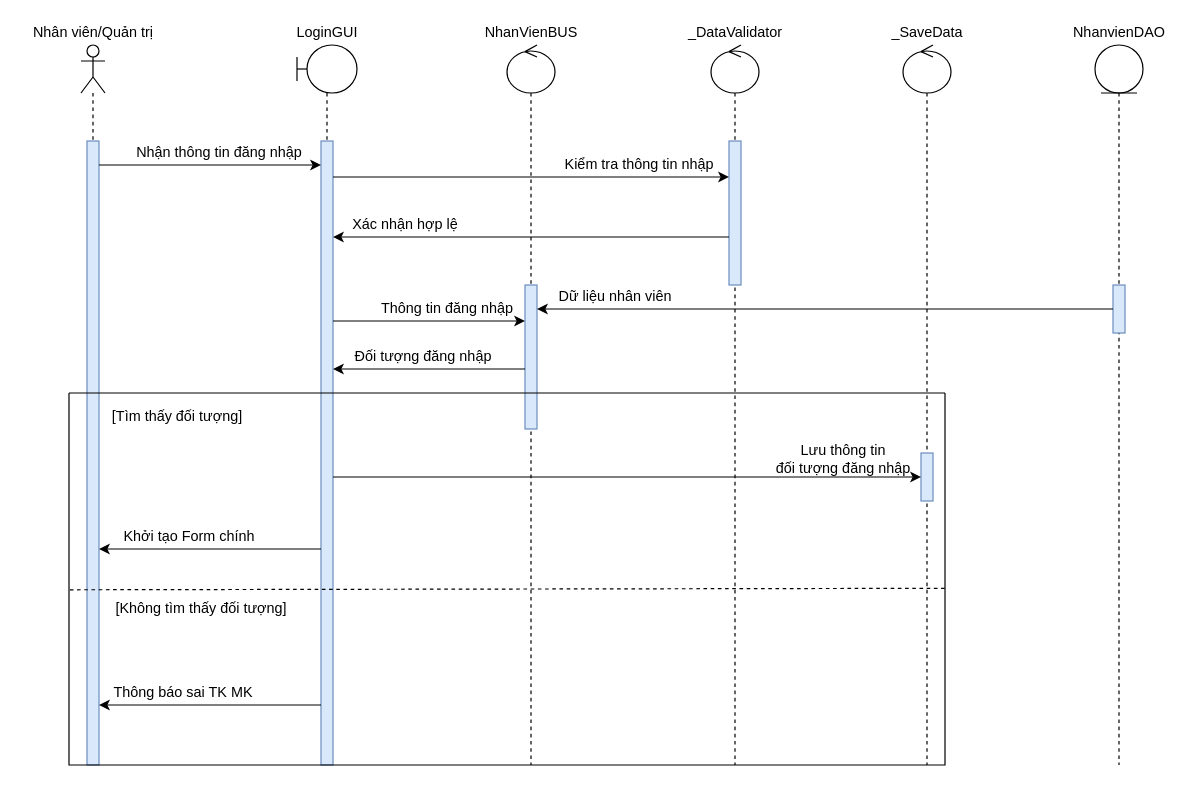
This is Sequence Diagrams/Nguyên Lộc/SD_ĐăngNhập.drawio from EdgarIgnite16/OOAD-Project, a draw.io file, before an edit. Source tidied: cells renumbered, new cells numbered last; positions are measured from the earlier drawing's top-left corner, leaving out a move shared by most shapes. Both pictures are drawn from the tidied source at 120%, with x=0, y=0 at pixel (20, 20).
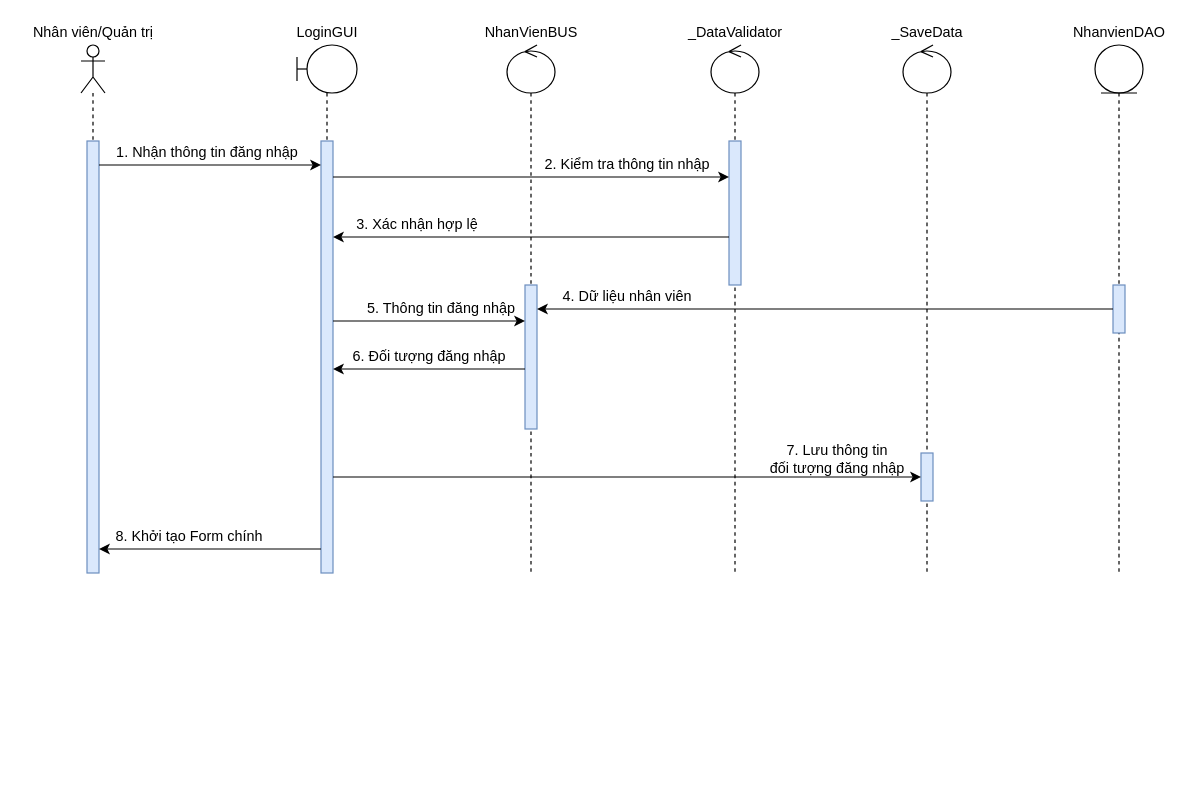
After the change.

Commit message:
update SD đăng nhập

The edit, as a diff of the source:
```diff
@@
     <mxCell id="2" style="shape=umlLifeline;participant=umlActor;perimeter=lifelinePerimeter;whiteSpace=wrap;html=1;verticalAlign=top;spacingTop=36;" parent="1" vertex="1">
-      <mxGeometry x="50" y="20" width="20" height="600" as="geometry" />
+      <mxGeometry x="50" y="20" width="20" height="440" as="geometry" />
     </mxCell>
     <mxCell id="3" style="html=1;points=[];perimeter=orthogonalPerimeter;fillColor=#dae8fc;strokeColor=#6c8ebf;" parent="2" vertex="1">
-      <mxGeometry x="5" y="80" width="10" height="520" as="geometry" />
+      <mxGeometry x="5" y="80" width="10" height="360" as="geometry" />
     </mxCell>
@@
     <mxCell id="5" style="shape=umlLifeline;participant=umlBoundary;perimeter=lifelinePerimeter;whiteSpace=wrap;html=1;verticalAlign=top;spacingTop=36;" parent="1" vertex="1">
-      <mxGeometry x="230" y="20" width="50" height="600" as="geometry" />
+      <mxGeometry x="230" y="20" width="50" height="440" as="geometry" />
     </mxCell>
     <mxCell id="6" style="html=1;points=[];perimeter=orthogonalPerimeter;fillColor=#dae8fc;strokeColor=#6c8ebf;" parent="5" vertex="1">
-      <mxGeometry x="20" y="80" width="10" height="520" as="geometry" />
+      <mxGeometry x="20" y="80" width="10" height="360" as="geometry" />
     </mxCell>
     <mxCell id="7" style="shape=umlLifeline;participant=umlControl;perimeter=lifelinePerimeter;whiteSpace=wrap;html=1;verticalAlign=top;spacingTop=36;" parent="1" vertex="1">
-      <mxGeometry x="405" y="20" width="40" height="600" as="geometry" />
+      <mxGeometry x="405" y="20" width="40" height="440" as="geometry" />
     </mxCell>
@@
-    <mxCell id="13" value="Nhận thông tin đăng nhập" style="text;html=1;align=center;verticalAlign=middle;strokeColor=none;fillColor=none;" parent="1" vertex="1">
-      <mxGeometry x="90" y="100" width="150" height="20" as="geometry" />
+    <mxCell id="13" value="1. Nhận thông tin đăng nhập" style="text;html=1;align=center;verticalAlign=middle;strokeColor=none;fillColor=none;" parent="1" vertex="1">
+      <mxGeometry x="70" y="100" width="170" height="20" as="geometry" />
     </mxCell>
     <mxCell id="14" style="shape=umlLifeline;participant=umlControl;perimeter=lifelinePerimeter;whiteSpace=wrap;html=1;verticalAlign=top;spacingTop=36;" parent="1" vertex="1">
-      <mxGeometry x="575" y="20" width="40" height="600" as="geometry" />
+      <mxGeometry x="575" y="20" width="40" height="440" as="geometry" />
     </mxCell>
@@
     <mxCell id="17" style="shape=umlLifeline;participant=umlEntity;perimeter=lifelinePerimeter;whiteSpace=wrap;html=1;verticalAlign=top;spacingTop=36;" parent="1" vertex="1">
-      <mxGeometry x="895" y="20" width="40" height="600" as="geometry" />
+      <mxGeometry x="895" y="20" width="40" height="440" as="geometry" />
     </mxCell>
@@
     <mxCell id="20" style="shape=umlLifeline;participant=umlControl;perimeter=lifelinePerimeter;whiteSpace=wrap;html=1;verticalAlign=top;spacingTop=36;" parent="1" vertex="1">
-      <mxGeometry x="735" y="20" width="40" height="600" as="geometry" />
+      <mxGeometry x="735" y="20" width="40" height="440" as="geometry" />
     </mxCell>
@@
-    <mxCell id="23" value="Kiểm tra thông tin nhập" style="text;html=1;align=center;verticalAlign=middle;strokeColor=none;fillColor=none;" parent="1" vertex="1">
-      <mxGeometry x="445" y="110" width="140" height="20" as="geometry" />
+    <mxCell id="23" value="2. Kiểm tra thông tin nhập" style="text;html=1;align=center;verticalAlign=middle;strokeColor=none;fillColor=none;" parent="1" vertex="1">
+      <mxGeometry x="430" y="110" width="150" height="20" as="geometry" />
     </mxCell>
@@
-    <mxCell id="25" value="Xác nhận hợp lệ" style="text;html=1;align=center;verticalAlign=middle;strokeColor=none;fillColor=none;" parent="1" vertex="1">
-      <mxGeometry x="270" y="160" width="100" height="20" as="geometry" />
+    <mxCell id="25" value="3. Xác nhận hợp lệ" style="text;html=1;align=center;verticalAlign=middle;strokeColor=none;fillColor=none;" parent="1" vertex="1">
+      <mxGeometry x="270" y="160" width="120" height="20" as="geometry" />
     </mxCell>
@@
-    <mxCell id="28" value="Dữ liệu nhân viên" style="text;html=1;align=center;verticalAlign=middle;strokeColor=none;fillColor=none;" parent="1" vertex="1">
-      <mxGeometry x="440" y="220" width="110" height="20" as="geometry" />
+    <mxCell id="28" value="4. Dữ liệu nhân viên" style="text;html=1;align=center;verticalAlign=middle;strokeColor=none;fillColor=none;" parent="1" vertex="1">
+      <mxGeometry x="445" y="220" width="120" height="20" as="geometry" />
     </mxCell>
-    <mxCell id="29" value="Thông tin đăng nhập" style="text;html=1;align=center;verticalAlign=middle;strokeColor=none;fillColor=none;" parent="1" vertex="1">
-      <mxGeometry x="290" y="230" width="130" height="20" as="geometry" />
+    <mxCell id="29" value="5. Thông tin đăng nhập" style="text;html=1;align=center;verticalAlign=middle;strokeColor=none;fillColor=none;" parent="1" vertex="1">
+      <mxGeometry x="280" y="230" width="140" height="20" as="geometry" />
     </mxCell>
@@
-    <mxCell id="31" value="Đối tượng đăng nhập" style="text;html=1;align=center;verticalAlign=middle;strokeColor=none;fillColor=none;" parent="1" vertex="1">
-      <mxGeometry x="270" y="270" width="130" height="20" as="geometry" />
+    <mxCell id="31" value="6. Đối tượng đăng nhập" style="text;html=1;align=center;verticalAlign=middle;strokeColor=none;fillColor=none;" parent="1" vertex="1">
+      <mxGeometry x="270" y="270" width="140" height="20" as="geometry" />
     </mxCell>
@@
-    <mxCell id="33" style="edgeStyle=orthogonalEdgeStyle;rounded=0;jettySize=auto;html=1;" parent="1" edge="1" source="6" target="3">
-      <mxGeometry relative="1" as="geometry">
-        <Array as="points">
-          <mxPoint x="160" y="570" />
-          <mxPoint x="160" y="570" />
-        </Array>
-      </mxGeometry>
-    </mxCell>
-    <mxCell id="34" style="swimlane;startSize=0;shadow=0;strokeColor=default;fillColor=default;" parent="1" vertex="1">
-      <mxGeometry x="40" y="310" width="730" height="310" as="geometry" />
-    </mxCell>
-    <mxCell id="35" value="Thông báo sai TK MK" style="text;html=1;align=center;verticalAlign=middle;strokeColor=none;fillColor=none;" parent="34" vertex="1">
-      <mxGeometry x="30" y="240" width="130" height="20" as="geometry" />
-    </mxCell>
-    <mxCell id="36" value="[Không tìm thấy đối tượng]" style="text;html=1;align=center;verticalAlign=middle;strokeColor=none;fillColor=none;" parent="34" vertex="1">
-      <mxGeometry x="30" y="170" width="160" height="20" as="geometry" />
-    </mxCell>
-    <mxCell id="37" value="[Tìm thấy đối tượng]" style="text;html=1;align=center;verticalAlign=middle;strokeColor=none;fillColor=none;" parent="34" vertex="1">
-      <mxGeometry x="30" y="10" width="120" height="20" as="geometry" />
-    </mxCell>
-    <mxCell id="38" value="Khởi tạo Form chính" style="text;html=1;align=center;verticalAlign=middle;strokeColor=none;fillColor=none;" parent="34" vertex="1">
-      <mxGeometry x="40" y="110" width="120" height="20" as="geometry" />
-    </mxCell>
-    <mxCell id="39" value="Lưu thông tin &lt;br&gt;đối tượng đăng nhập" style="text;html=1;align=center;verticalAlign=middle;strokeColor=none;fillColor=none;" parent="34" vertex="1">
-      <mxGeometry x="580" y="40" width="130" height="30" as="geometry" />
-    </mxCell>
-    <mxCell id="40" style="endArrow=none;dashed=1;html=1;rounded=0;entryX=1.002;entryY=0.525;entryDx=0;entryDy=0;exitX=0.001;exitY=0.529;exitDx=0;exitDy=0;exitPerimeter=0;entryPerimeter=0;" parent="1" edge="1" source="34" target="34">
-      <mxGeometry relative="1" as="geometry" />
-    </mxCell>
@@
+    <mxCell id="42" value="7. Lưu thông tin&lt;br&gt;đối tượng đăng nhập" style="text;html=1;align=center;verticalAlign=middle;strokeColor=none;fillColor=none;" parent="1" vertex="1">
+      <mxGeometry x="615" y="350" width="130" height="30" as="geometry" />
+    </mxCell>
+    <mxCell id="43" value="8. Khởi tạo Form chính" style="text;html=1;align=center;verticalAlign=middle;strokeColor=none;fillColor=none;" parent="1" vertex="1">
+      <mxGeometry x="70" y="420" width="140" height="20" as="geometry" />
+    </mxCell>
```
